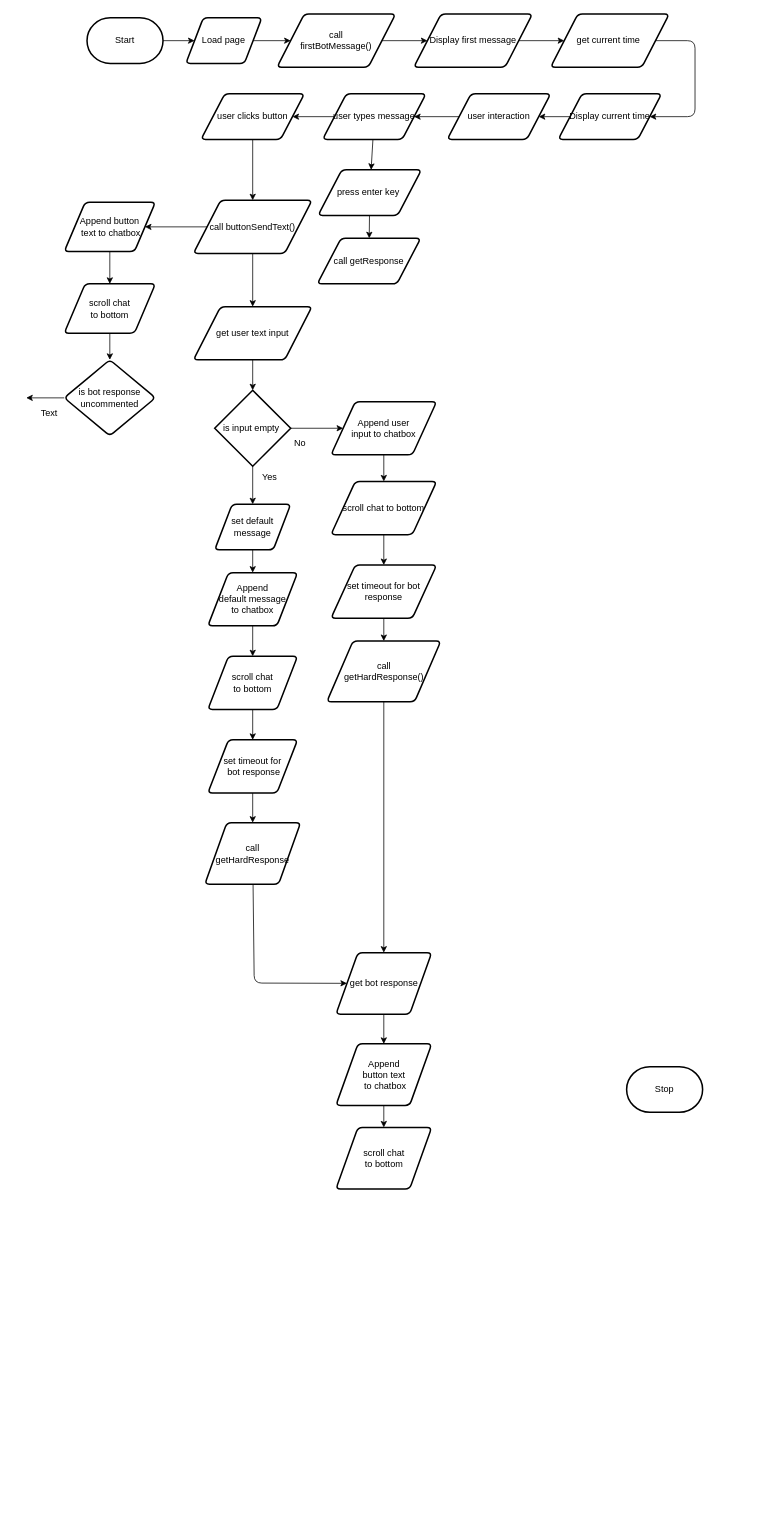
Earlier version of the draw.io diagram design/flowchart.drawio (George-Khalil-29/ICD2O-1-2023-Final-Project-George-Khalil). Source tidied: cells renumbered, new cells numbered last; positions are measured from the earlier drawing's top-left corner, leaving out a move shared by most shapes. Both pictures are drawn from the tidied source at 76%, with x=0, y=0 at pixel (26, 14).
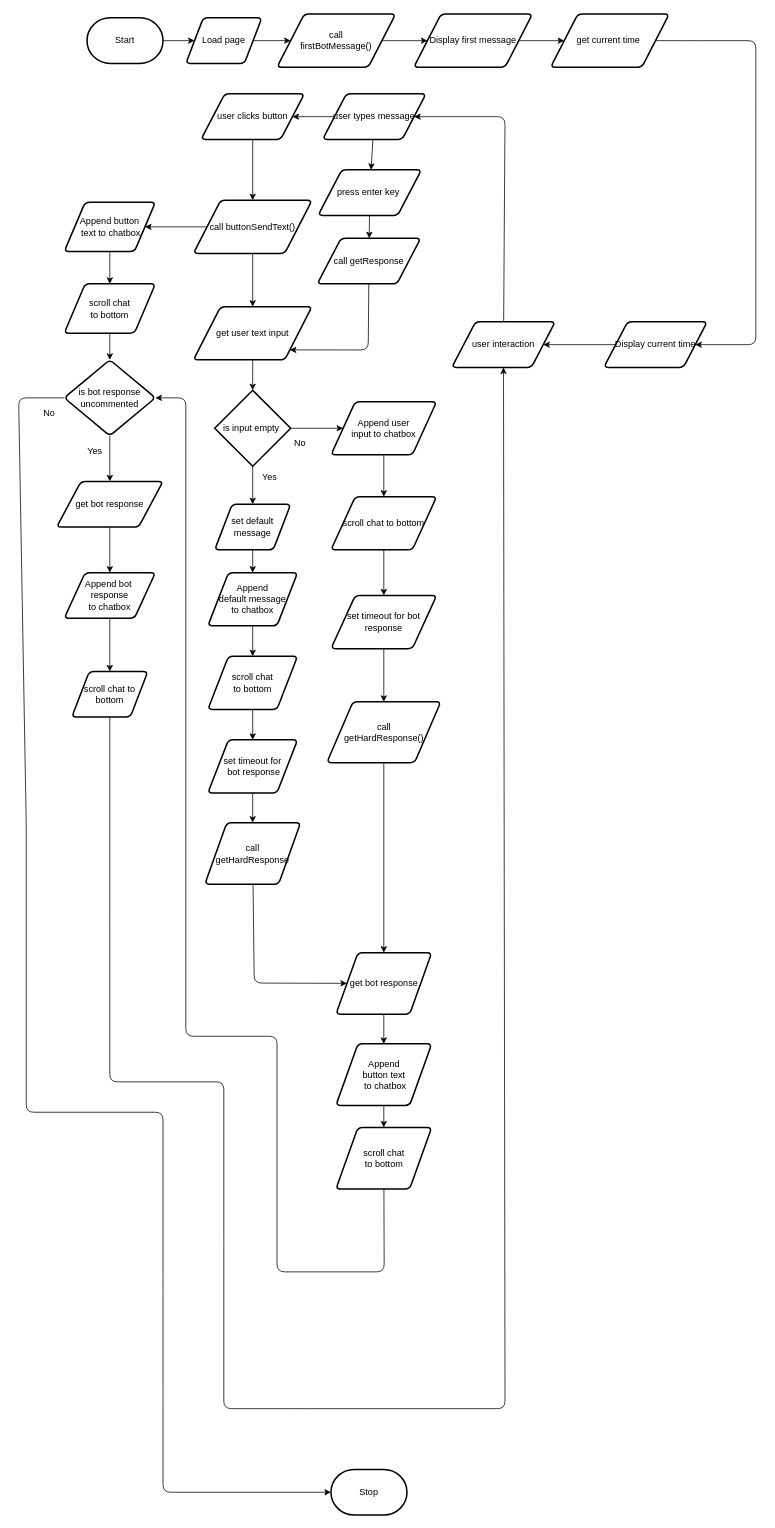
The same diagram, later.

Unchanged cells that the change refers to:
```xml
<mxCell id="11" value="get current time&amp;nbsp;" style="shape=parallelogram;html=1;strokeWidth=2;perimeter=parallelogramPerimeter;whiteSpace=wrap;rounded=1;arcSize=12;size=0.23;" parent="1" vertex="1">
  <mxGeometry x="690" width="156" height="70" as="geometry" />
</mxCell>
<mxCell id="18" value="user types message" style="shape=parallelogram;html=1;strokeWidth=2;perimeter=parallelogramPerimeter;whiteSpace=wrap;rounded=1;arcSize=12;size=0.23;" parent="1" vertex="1">
  <mxGeometry x="390" y="105" width="136" height="60" as="geometry" />
</mxCell>
<mxCell id="23" value="call getResponse" style="shape=parallelogram;html=1;strokeWidth=2;perimeter=parallelogramPerimeter;whiteSpace=wrap;rounded=1;arcSize=12;size=0.23;" parent="1" vertex="1">
  <mxGeometry x="383" y="295" width="136" height="60" as="geometry" />
</mxCell>
<mxCell id="29" value="get user text input" style="shape=parallelogram;html=1;strokeWidth=2;perimeter=parallelogramPerimeter;whiteSpace=wrap;rounded=1;arcSize=12;size=0.23;" parent="1" vertex="1">
  <mxGeometry x="220" y="385" width="156" height="70" as="geometry" />
</mxCell>
<mxCell id="57" value="scroll chat &lt;br&gt;to bottom" style="shape=parallelogram;html=1;strokeWidth=2;perimeter=parallelogramPerimeter;whiteSpace=wrap;rounded=1;arcSize=12;size=0.23;" parent="1" vertex="1">
  <mxGeometry x="407.5" y="1465" width="126" height="81" as="geometry" />
</mxCell>
<mxCell id="63" value="is bot response uncommented" style="rhombus;whiteSpace=wrap;html=1;strokeWidth=2;rounded=1;arcSize=12;" parent="1" vertex="1">
  <mxGeometry x="50" y="455" width="120" height="100" as="geometry" />
</mxCell>
```

What changed in the source:
```diff
@@
     <mxCell id="10" style="edgeStyle=none;html=1;entryX=1;entryY=0.5;entryDx=0;entryDy=0;" parent="1" edge="1" source="11" target="13">
       <mxGeometry relative="1" as="geometry">
         <Array as="points">
           <mxPoint x="880" y="35" />
-          <mxPoint x="880" y="135" />
+          <mxPoint x="960" y="35" />
+          <mxPoint x="960" y="135" />
+          <mxPoint x="960" y="435" />
         </Array>
       </mxGeometry>
     </mxCell>
@@
     <mxCell id="13" value="Display current time" style="shape=parallelogram;html=1;strokeWidth=2;perimeter=parallelogramPerimeter;whiteSpace=wrap;rounded=1;arcSize=12;size=0.23;" parent="1" vertex="1">
-      <mxGeometry x="700" y="105" width="136" height="60" as="geometry" />
+      <mxGeometry x="760" y="405" width="136" height="60" as="geometry" />
     </mxCell>
     <mxCell id="14" style="edgeStyle=none;html=1;" parent="1" edge="1" source="15" target="18">
-      <mxGeometry relative="1" as="geometry" />
+      <mxGeometry relative="1" as="geometry">
+        <Array as="points">
+          <mxPoint x="630" y="135" />
+        </Array>
+      </mxGeometry>
     </mxCell>
     <mxCell id="15" value="user interaction" style="shape=parallelogram;html=1;strokeWidth=2;perimeter=parallelogramPerimeter;whiteSpace=wrap;rounded=1;arcSize=12;size=0.23;" parent="1" vertex="1">
-      <mxGeometry x="554" y="105" width="136" height="60" as="geometry" />
+      <mxGeometry x="560" y="405" width="136" height="60" as="geometry" />
     </mxCell>
@@
+    <mxCell id="65" style="edgeStyle=none;html=1;entryX=1;entryY=1;entryDx=0;entryDy=0;" parent="1" edge="1" source="23" target="29">
+      <mxGeometry relative="1" as="geometry">
+        <Array as="points">
+          <mxPoint x="450" y="442" />
+        </Array>
+      </mxGeometry>
+    </mxCell>
@@
     <mxCell id="24" value="Stop" style="strokeWidth=2;html=1;shape=mxgraph.flowchart.terminator;whiteSpace=wrap;" parent="1" vertex="1">
-      <mxGeometry x="790" y="1385" width="100" height="60" as="geometry" />
+      <mxGeometry x="401" y="1915" width="100" height="60" as="geometry" />
     </mxCell>
@@
     <mxCell id="38" value="scroll chat to bottom" style="shape=parallelogram;html=1;strokeWidth=2;perimeter=parallelogramPerimeter;whiteSpace=wrap;rounded=1;arcSize=12;size=0.23;" parent="1" vertex="1">
-      <mxGeometry x="401" y="615" width="139" height="70" as="geometry" />
+      <mxGeometry x="401" y="635" width="139" height="70" as="geometry" />
     </mxCell>
@@
     <mxCell id="40" value="set timeout for bot response" style="shape=parallelogram;html=1;strokeWidth=2;perimeter=parallelogramPerimeter;whiteSpace=wrap;rounded=1;arcSize=12;size=0.23;" parent="1" vertex="1">
-      <mxGeometry x="401" y="725" width="139" height="70" as="geometry" />
+      <mxGeometry x="401" y="765" width="139" height="70" as="geometry" />
     </mxCell>
@@
     <mxCell id="42" value="call &lt;br&gt;getHardResponse()" style="shape=parallelogram;html=1;strokeWidth=2;perimeter=parallelogramPerimeter;whiteSpace=wrap;rounded=1;arcSize=12;size=0.23;" parent="1" vertex="1">
-      <mxGeometry x="395.5" y="825" width="150" height="80" as="geometry" />
+      <mxGeometry x="395.5" y="905" width="150" height="80" as="geometry" />
     </mxCell>
@@
+    <mxCell id="66" style="edgeStyle=none;html=1;entryX=1;entryY=0.5;entryDx=0;entryDy=0;" parent="1" edge="1" source="57" target="63">
+      <mxGeometry relative="1" as="geometry">
+        <Array as="points">
+          <mxPoint x="471" y="1655" />
+          <mxPoint x="330" y="1655" />
+          <mxPoint x="330" y="1345" />
+          <mxPoint x="210" y="1345" />
+          <mxPoint x="210" y="505" />
+        </Array>
+      </mxGeometry>
+    </mxCell>
@@
-    <mxCell id="62" style="edgeStyle=none;html=1;" parent="1" edge="1" source="63">
+    <mxCell id="62" style="edgeStyle=none;html=1;entryX=0;entryY=0.5;entryDx=0;entryDy=0;entryPerimeter=0;" parent="1" edge="1" source="63" target="24">
       <mxGeometry relative="1" as="geometry">
-        <mxPoint y="505" as="targetPoint" />
+        <Array as="points">
+          <mxPoint x="-10" y="505" />
+          <mxPoint y="1065" />
+          <mxPoint y="1255" />
+          <mxPoint y="1445" />
+          <mxPoint x="180" y="1445" />
+          <mxPoint x="180" y="1675" />
+          <mxPoint x="180" y="1815" />
+          <mxPoint x="180" y="1945" />
+        </Array>
       </mxGeometry>
     </mxCell>
+    <mxCell id="67" style="edgeStyle=none;html=1;entryX=0.5;entryY=0;entryDx=0;entryDy=0;" parent="1" edge="1" source="63" target="70">
+      <mxGeometry relative="1" as="geometry" />
+    </mxCell>
@@
-    <mxCell id="64" value="Text" style="text;html=1;align=center;verticalAlign=middle;strokeColor=none;fillColor=none;" parent="1" vertex="1">
-      <mxGeometry x="5" y="510" width="50" height="30" as="geometry" />
+    <mxCell id="64" value="No&lt;br&gt;" style="text;html=1;align=center;verticalAlign=middle;strokeColor=none;fillColor=none;" parent="1" vertex="1">
+      <mxGeometry x="10" y="510" width="40" height="30" as="geometry" />
     </mxCell>
+    <mxCell id="68" value="Yes" style="text;html=1;align=center;verticalAlign=middle;strokeColor=none;fillColor=none;" parent="1" vertex="1">
+      <mxGeometry x="70" y="560" width="40" height="30" as="geometry" />
+    </mxCell>
+    <mxCell id="69" style="edgeStyle=none;html=1;" parent="1" edge="1" source="70" target="72">
+      <mxGeometry relative="1" as="geometry" />
+    </mxCell>
+    <mxCell id="70" value="get bot response" style="shape=parallelogram;html=1;strokeWidth=2;perimeter=parallelogramPerimeter;whiteSpace=wrap;rounded=1;arcSize=12;size=0.23;" parent="1" vertex="1">
+      <mxGeometry x="40" y="615" width="140" height="60" as="geometry" />
+    </mxCell>
+    <mxCell id="71" style="edgeStyle=none;html=1;" parent="1" edge="1" source="72" target="74">
+      <mxGeometry relative="1" as="geometry" />
+    </mxCell>
+    <mxCell id="72" value="Append bot&amp;nbsp;&lt;br&gt;response&lt;br&gt;to chatbox" style="shape=parallelogram;html=1;strokeWidth=2;perimeter=parallelogramPerimeter;whiteSpace=wrap;rounded=1;arcSize=12;size=0.23;" parent="1" vertex="1">
+      <mxGeometry x="50" y="735" width="120" height="60" as="geometry" />
+    </mxCell>
+    <mxCell id="73" style="edgeStyle=none;html=1;entryX=0.5;entryY=1;entryDx=0;entryDy=0;" parent="1" edge="1" source="74" target="15">
+      <mxGeometry relative="1" as="geometry">
+        <Array as="points">
+          <mxPoint x="110" y="1185" />
+          <mxPoint x="110" y="1265" />
+          <mxPoint x="110" y="1405" />
+          <mxPoint x="260" y="1405" />
+          <mxPoint x="260" y="1615" />
+          <mxPoint x="260" y="1835" />
+          <mxPoint x="360" y="1835" />
+          <mxPoint x="630" y="1835" />
+        </Array>
+      </mxGeometry>
+    </mxCell>
+    <mxCell id="74" value="scroll chat to bottom" style="shape=parallelogram;html=1;strokeWidth=2;perimeter=parallelogramPerimeter;whiteSpace=wrap;rounded=1;arcSize=12;size=0.23;" parent="1" vertex="1">
+      <mxGeometry x="60" y="865" width="100" height="60" as="geometry" />
+    </mxCell>
```
